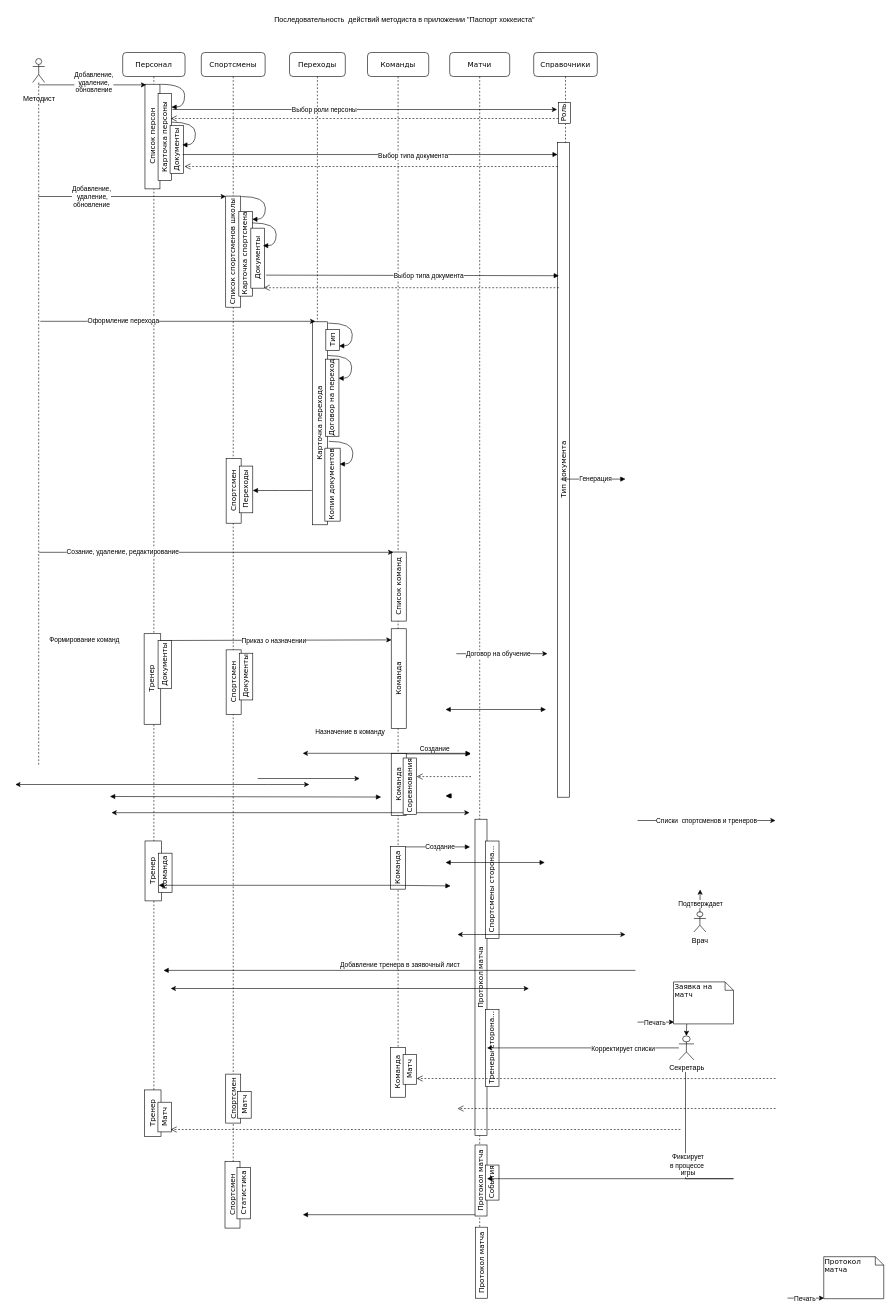
The draw.io diagram Акбарс.drawio in OlgaTalipova/FHRT, before the edit. Source tidied: cells renumbered, new cells numbered last; positions are measured from the earlier drawing's top-left corner, leaving out a move shared by most shapes. Both pictures are drawn from the tidied source at 60%, with x=0, y=0 at pixel (15, 10).
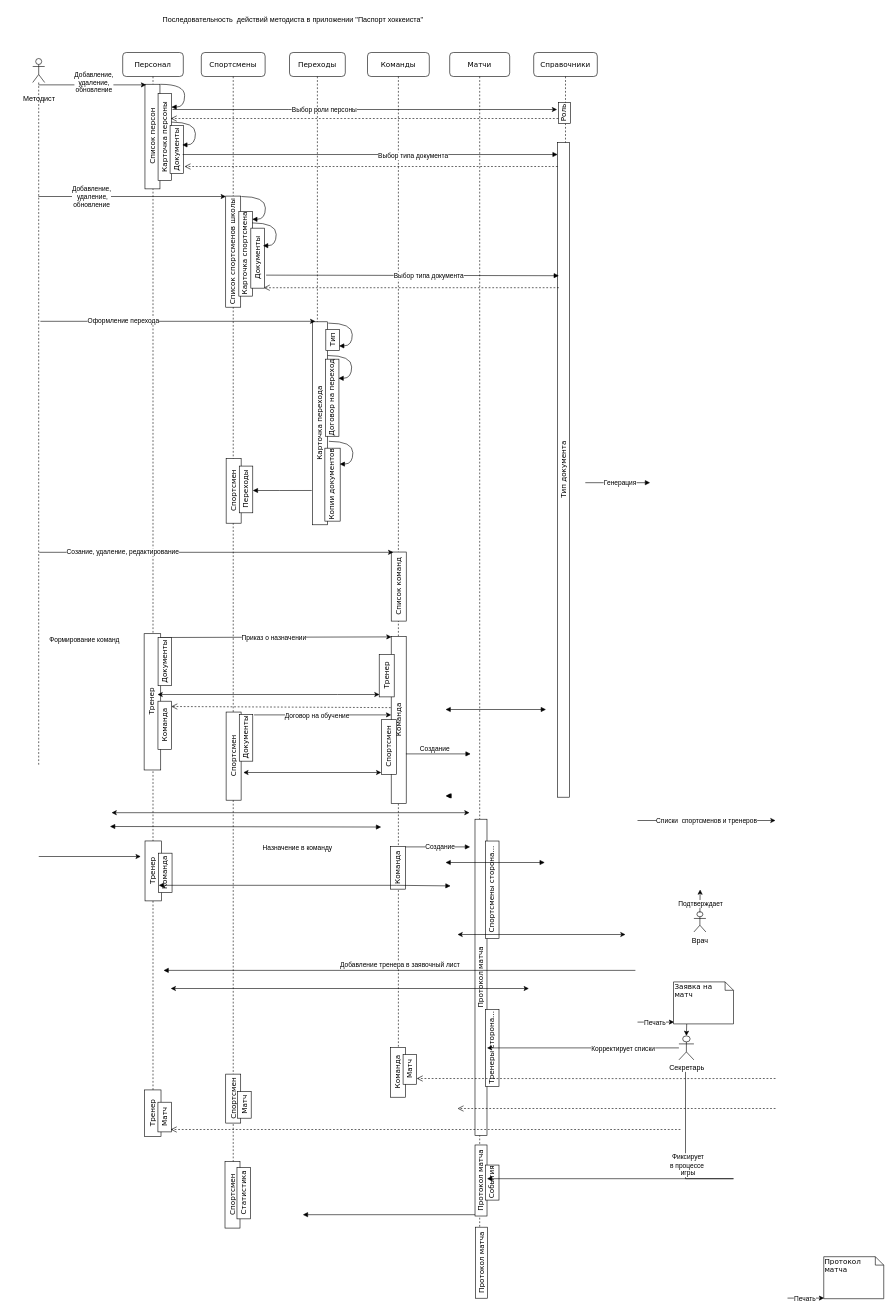
The same page after the edit.

What changed in the source:
```diff
@@
     <mxCell id="2" value="Команды" style="shape=umlLifeline;perimeter=lifelinePerimeter;whiteSpace=wrap;html=1;rounded=1;shadow=0;comic=0;labelBackgroundColor=none;strokeWidth=1;fontFamily=Verdana;fontSize=12;align=center;" parent="1" vertex="1">
-      <mxGeometry x="587" y="70" width="102" height="1737" as="geometry" />
+      <mxGeometry x="587" y="70" width="103" height="1737" as="geometry" />
     </mxCell>
     <mxCell id="3" value="Команда" style="html=1;points=[];perimeter=orthogonalPerimeter;rounded=0;shadow=0;comic=0;labelBackgroundColor=none;strokeWidth=1;fontFamily=Verdana;fontSize=12;align=center;direction=north;rotation=-90;" parent="2" vertex="1">
-      <mxGeometry x="-31" y="1031" width="166.1" height="25" as="geometry" />
+      <mxGeometry x="-87.4" y="1100" width="278.8" height="25" as="geometry" />
     </mxCell>
@@
-    <mxCell id="5" value="Команда" style="html=1;perimeter=orthogonalPerimeter;rounded=0;shadow=0;comic=0;labelBackgroundColor=none;strokeWidth=1;fontFamily=Verdana;fontSize=12;align=center;direction=north;rotation=-90;" parent="2" vertex="1">
-      <mxGeometry x="0.7" y="1207.5" width="102.7" height="25" as="geometry" />
-    </mxCell>
@@
-    <mxCell id="7" style="endArrow=classic;startArrow=classic;html=1;rounded=0;" parent="2" edge="1">
-      <mxGeometry relative="1" as="geometry">
-        <mxPoint x="-108" y="1168" as="sourcePoint" />
-        <mxPoint x="172" y="1168" as="targetPoint" />
-      </mxGeometry>
-    </mxCell>
@@
-    <mxCell id="14" value="&lt;div style=&quot;direction: ltr;&quot;&gt;&lt;span style=&quot;background-color: initial;&quot;&gt;Соревнования&lt;/span&gt;&lt;/div&gt;" style="html=1;points=[];perimeter=orthogonalPerimeter;rounded=0;shadow=0;comic=0;labelBackgroundColor=none;strokeWidth=1;fontFamily=Verdana;fontSize=12;align=center;direction=west;rotation=-90;" parent="2" vertex="1">
-      <mxGeometry x="23.6" y="1211.6" width="94" height="22.5" as="geometry" />
-    </mxCell>
-    <mxCell id="15" style="html=1;verticalAlign=bottom;endArrow=open;dashed=1;endSize=8;curved=0;rounded=0;" parent="2" edge="1" target="14">
-      <mxGeometry relative="1" as="geometry">
-        <mxPoint x="172.6" y="1206.8" as="sourcePoint" />
-      </mxGeometry>
-    </mxCell>
+    <mxCell id="117" value="Тренер" style="html=1;perimeter=orthogonalPerimeter;rounded=0;shadow=0;comic=0;labelBackgroundColor=none;strokeWidth=1;fontFamily=Verdana;fontSize=12;align=center;direction=north;rotation=-90;" parent="2" vertex="1">
+      <mxGeometry x="-3.5" y="1026" width="71" height="25" as="geometry" />
+    </mxCell>
+    <mxCell id="118" value="Спортсмен" style="html=1;perimeter=orthogonalPerimeter;rounded=0;shadow=0;comic=0;labelBackgroundColor=none;strokeWidth=1;fontFamily=Verdana;fontSize=12;align=center;direction=north;rotation=-90;" parent="2" vertex="1">
+      <mxGeometry x="-10" y="1145" width="91" height="25" as="geometry" />
+    </mxCell>
@@
     <mxCell id="26" value="Персонал" style="shape=umlLifeline;perimeter=lifelinePerimeter;whiteSpace=wrap;html=1;rounded=1;shadow=0;comic=0;labelBackgroundColor=none;strokeWidth=1;fontFamily=Verdana;fontSize=12;align=center;" parent="1" vertex="1">
-      <mxGeometry x="179" y="70" width="103.9" height="1797" as="geometry" />
+      <mxGeometry x="179" y="70" width="101" height="1797" as="geometry" />
     </mxCell>
@@
     <mxCell id="32" value="Тренер" style="html=1;perimeter=orthogonalPerimeter;rounded=0;shadow=0;comic=0;labelBackgroundColor=none;strokeWidth=1;fontFamily=Verdana;fontSize=12;align=center;rotation=-90;" parent="26" vertex="1">
-      <mxGeometry x="-25.9" y="1030.3" width="150.9" height="27.7" as="geometry" />
+      <mxGeometry x="-64" y="1068.4" width="227.1" height="27.7" as="geometry" />
     </mxCell>
@@
-    <mxCell id="39" style="endArrow=classic;startArrow=classic;html=1;rounded=0;" parent="26" edge="1">
-      <mxGeometry relative="1" as="geometry">
-        <mxPoint x="-179" y="1220" as="sourcePoint" />
-        <mxPoint x="311" y="1220" as="targetPoint" />
-        <Array as="points">
-          <mxPoint x="241" y="1220" />
-        </Array>
-      </mxGeometry>
-    </mxCell>
+    <mxCell id="5" value="&lt;div style=&quot;direction: ltr;&quot;&gt;&lt;span style=&quot;background-color: initial;&quot;&gt;Команда&lt;/span&gt;&lt;/div&gt;" style="html=1;perimeter=orthogonalPerimeter;rounded=0;shadow=0;comic=0;labelBackgroundColor=none;strokeWidth=1;fontFamily=Verdana;fontSize=12;align=center;direction=west;rotation=-90;" parent="26" vertex="1">
+      <mxGeometry x="29.9" y="1110" width="80.2" height="22.5" as="geometry" />
+    </mxCell>
@@
     <mxCell id="54" style="endArrow=classic;html=1;rounded=0;entryX=0.565;entryY=0.686;entryDx=0;entryDy=0;entryPerimeter=0;" parent="1" edge="1">
       <mxGeometry relative="1" as="geometry">
-        <mxPoint x="404" y="1280" as="sourcePoint" />
-        <mxPoint x="574" y="1280" as="targetPoint" />
+        <mxPoint x="39.1" y="1410" as="sourcePoint" />
+        <mxPoint x="209.1" y="1410" as="targetPoint" />
       </mxGeometry>
     </mxCell>
     <mxCell id="55" style="endArrow=classic;html=1;rounded=0;entryX=0.98;entryY=0.949;entryDx=0;entryDy=0;entryPerimeter=0;" parent="1" edge="1">
       <mxGeometry relative="1" as="geometry">
-        <mxPoint x="241.5" y="1050" as="sourcePoint" />
-        <mxPoint x="627" y="1049" as="targetPoint" />
+        <mxPoint x="241.5" y="1045" as="sourcePoint" />
+        <mxPoint x="627" y="1044" as="targetPoint" />
       </mxGeometry>
     </mxCell>
     <mxCell id="56" value="Назначение в команду" style="edgeLabel;html=1;align=center;verticalAlign=middle;" parent="55" vertex="1">
       <mxGeometry x="-0.18" y="2" relative="1" as="geometry">
-        <mxPoint x="158" y="155" as="offset" />
+        <mxPoint x="70" y="352" as="offset" />
       </mxGeometry>
     </mxCell>
@@
     <mxCell id="58" value="&lt;div style=&quot;direction: ltr;&quot;&gt;&lt;span style=&quot;background-color: initial;&quot;&gt;Документы&lt;/span&gt;&lt;/div&gt;" style="html=1;perimeter=orthogonalPerimeter;rounded=0;shadow=0;comic=0;labelBackgroundColor=none;strokeWidth=1;fontFamily=Verdana;fontSize=12;align=center;direction=west;rotation=-90;" parent="1" vertex="1">
-      <mxGeometry x="209.1" y="1079" width="80.2" height="22.5" as="geometry" />
+      <mxGeometry x="209.1" y="1074" width="80.2" height="22.5" as="geometry" />
     </mxCell>
@@
-    <mxCell id="62" style="endArrow=classic;html=1;rounded=0;entryX=0.94;entryY=0.517;entryDx=0;entryDy=0;entryPerimeter=0;exitX=0.242;exitY=-0.2;exitDx=0;exitDy=0;exitPerimeter=0;" parent="1" edge="1">
+    <mxCell id="62" style="endArrow=classic;html=1;rounded=0;exitX=0.242;exitY=-0.2;exitDx=0;exitDy=0;exitPerimeter=0;" parent="1" edge="1">
       <mxGeometry relative="1" as="geometry">
-        <mxPoint x="735" y="1072" as="sourcePoint" />
-        <mxPoint x="887" y="1072" as="targetPoint" />
+        <mxPoint x="398" y="1174" as="sourcePoint" />
+        <mxPoint x="626.5" y="1174" as="targetPoint" />
       </mxGeometry>
     </mxCell>
@@
     <mxCell id="65" style="endArrow=block;startArrow=block;endFill=1;startFill=1;html=1;rounded=0;entryX=0.913;entryY=0.966;entryDx=0;entryDy=0;entryPerimeter=0;" parent="1" edge="1">
       <mxGeometry relative="1" as="geometry">
-        <mxPoint x="157.8" y="1310" as="sourcePoint" />
-        <mxPoint x="609.8" y="1310.9" as="targetPoint" />
+        <mxPoint x="157.8" y="1360" as="sourcePoint" />
+        <mxPoint x="609.8" y="1360.9" as="targetPoint" />
       </mxGeometry>
     </mxCell>
@@
     <mxCell id="73" value="Генерация" style="html=1;verticalAlign=bottom;endArrow=block;curved=0;rounded=0;" parent="1" edge="1">
       <mxGeometry x="0.07" y="-9" relative="1" as="geometry">
-        <mxPoint x="909" y="781" as="sourcePoint" />
-        <mxPoint x="1017" y="781" as="targetPoint" />
+        <mxPoint x="950" y="787" as="sourcePoint" />
+        <mxPoint x="1058" y="787" as="targetPoint" />
       </mxGeometry>
     </mxCell>
@@
     <mxCell id="99" value="Последовательность&amp;nbsp; действий методиста в приложении &quot;Паспорт хоккеиста&quot;" style="text;html=1;strokeColor=none;fillColor=none;align=center;verticalAlign=middle;whiteSpace=wrap;rounded=0;" parent="1" vertex="1">
-      <mxGeometry x="389" width="520" height="30" as="geometry" />
+      <mxGeometry x="203" width="520" height="30" as="geometry" />
     </mxCell>
@@
     <mxCell id="102" value="&lt;div style=&quot;direction: ltr;&quot;&gt;Спортсмен&lt;/div&gt;" style="html=1;perimeter=orthogonalPerimeter;rounded=0;shadow=0;comic=0;labelBackgroundColor=none;strokeWidth=1;fontFamily=Verdana;fontSize=12;align=center;direction=west;rotation=-90;" parent="1" vertex="1">
-      <mxGeometry x="310" y="1107" width="107.8" height="25" as="geometry" />
+      <mxGeometry x="290.4" y="1230.2" width="146.9" height="25" as="geometry" />
     </mxCell>
     <mxCell id="103" value="&lt;div style=&quot;direction: ltr;&quot;&gt;&lt;span style=&quot;background-color: initial;&quot;&gt;Документы&lt;/span&gt;&lt;/div&gt;" style="html=1;perimeter=orthogonalPerimeter;rounded=0;shadow=0;comic=0;labelBackgroundColor=none;strokeWidth=1;fontFamily=Verdana;fontSize=12;align=center;direction=west;rotation=-90;" parent="1" vertex="1">
-      <mxGeometry x="345.6" y="1098.9" width="77.9" height="22.5" as="geometry" />
+      <mxGeometry x="345.6" y="1200.9" width="77.9" height="22.5" as="geometry" />
     </mxCell>
@@
+    <mxCell id="39" style="endArrow=classic;startArrow=classic;html=1;rounded=0;" parent="1" edge="1">
+      <mxGeometry relative="1" as="geometry">
+        <mxPoint x="237" y="1140" as="sourcePoint" />
+        <mxPoint x="607" y="1140" as="targetPoint" />
+        <Array as="points">
+          <mxPoint x="537" y="1140" />
+        </Array>
+      </mxGeometry>
+    </mxCell>
+    <mxCell id="7" style="endArrow=classic;startArrow=classic;html=1;rounded=0;" parent="1" edge="1">
+      <mxGeometry relative="1" as="geometry">
+        <mxPoint x="380" y="1270" as="sourcePoint" />
+        <mxPoint x="610" y="1270" as="targetPoint" />
+      </mxGeometry>
+    </mxCell>
+    <mxCell id="15" style="html=1;verticalAlign=bottom;endArrow=open;dashed=1;endSize=8;curved=0;rounded=0;exitX=1.03;exitY=0.574;exitDx=0;exitDy=0;exitPerimeter=0;" parent="1" edge="1" source="3">
+      <mxGeometry relative="1" as="geometry">
+        <mxPoint x="260" y="1160" as="targetPoint" />
+      </mxGeometry>
+    </mxCell>
```
